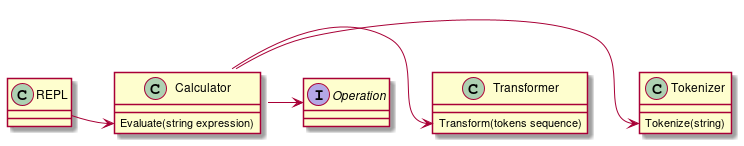
Earlier version of the PlantUML export UML/classes.png (livace/rpn-calculator). Source of this version:
```plantuml
@startuml
class REPL {
}

class Calculator {
    Evaluate(string expression)
}

interface Operation {
}

class Transformer {
    Transform(tokens sequence)
}

class Tokenizer {
    Tokenize(string)
}

REPL -> Calculator::Evaluate
Calculator -> Tokenizer::Tokenize
Calculator -> Transformer::Transform
Calculator -> Operation


@enduml
```
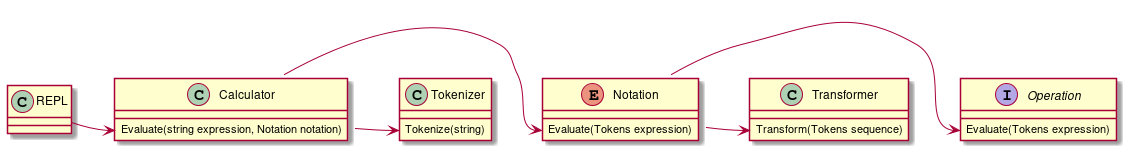
After the change.

Commit message:
Fixed UML diagrams to match crc cards

Diff of the diagram source:
```diff
@@ -3,24 +3,30 @@
 }
 
 class Calculator {
-    Evaluate(string expression)
-}
-
-interface Operation {
-}
-
-class Transformer {
-    Transform(tokens sequence)
+    Evaluate(string expression, Notation notation)
 }
 
 class Tokenizer {
     Tokenize(string)
 }
 
+interface Operation {
+    Evaluate(Tokens expression)
+}
+
+enum Notation {
+    Evaluate(Tokens expression)
+}
+
+class Transformer {
+    Transform(Tokens sequence)
+}
+
 REPL -> Calculator::Evaluate
+Calculator -> Notation::Evaluate
 Calculator -> Tokenizer::Tokenize
-Calculator -> Transformer::Transform
-Calculator -> Operation
+Notation -> Operation::Evaluate
+Notation -> Transformer::Transform
 
 
 @enduml
```
